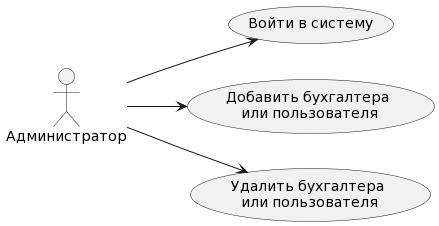
Earlier version of the PlantUML export Resource/Диаграммы вариантов использования/Администратор (Основные возможност).png (MiFit1/OSOGO).
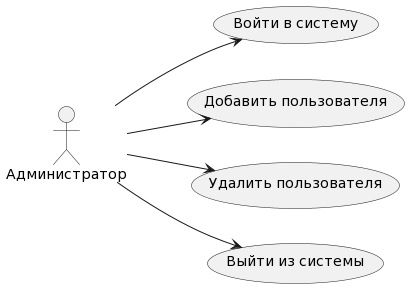
The same diagram one commit later.

Diff of the diagram source:
```diff
@@ -4,10 +4,12 @@
 actor "Администратор" as fc
 
 usecase "Войти в систему" as UC1
-usecase "Добавить бухгалтера\n или пользователя" as UC2
-usecase "Удалить бухгалтера\n или пользователя" as UC3
+usecase "Добавить пользователя" as UC2
+usecase "Удалить пользователя" as UC3
+usecase "Выйти из системы" as UC4
 
 fc --> UC1
+fc --> UC4
 fc --> UC2
 fc --> UC3
 @enduml
```
